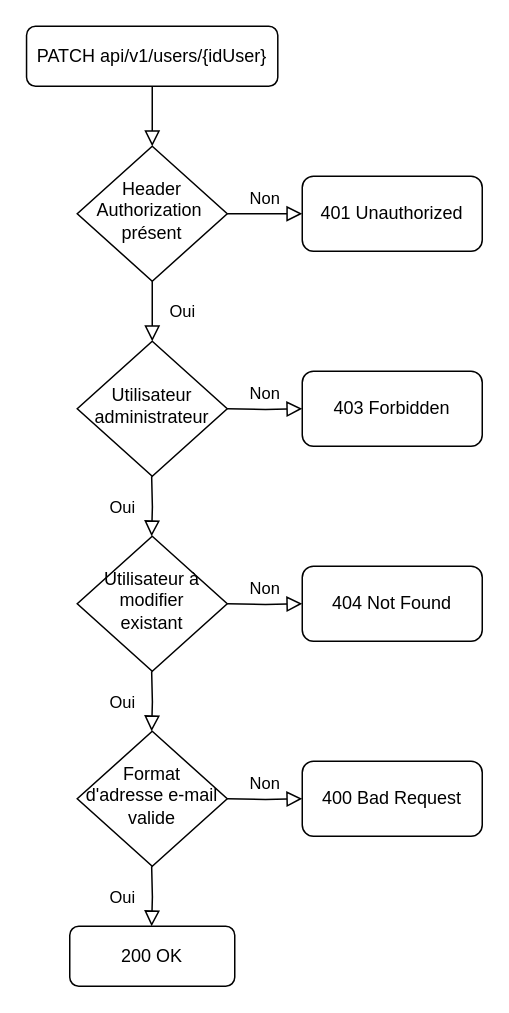
Earlier version of the draw.io diagram documentation/diagram/drawio/flowchartGetOneUser.drawio (jonathanboreljaquet/bj-travail-diplome-2021). Source tidied: cells renumbered, new cells numbered last; positions are measured from the earlier drawing's top-left corner, leaving out a move shared by most shapes. Both pictures are drawn from the tidied source at 150%, with x=0, y=0 at pixel (26, 26).
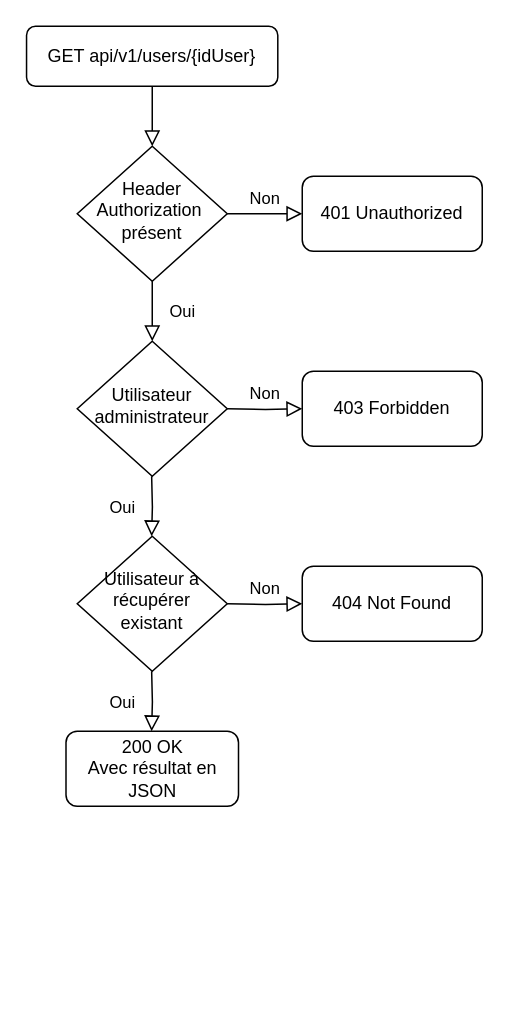
The same diagram, later.

The edit, as a diff of the source:
```diff
@@
-    <mxCell id="3" value="PATCH api/v1/users/{idUser}" style="rounded=1;whiteSpace=wrap;html=1;fontSize=12;glass=0;strokeWidth=1;shadow=0;" parent="1" vertex="1">
+    <mxCell id="3" value="GET api/v1/users/{idUser}" style="rounded=1;whiteSpace=wrap;html=1;fontSize=12;glass=0;strokeWidth=1;shadow=0;" parent="1" vertex="1">
       <mxGeometry x="0.2" width="167.5" height="40" as="geometry" />
     </mxCell>
@@
-    <mxCell id="10" value="200 OK" style="rounded=1;whiteSpace=wrap;html=1;fontSize=12;glass=0;strokeWidth=1;shadow=0;" parent="1" vertex="1">
-      <mxGeometry x="29" y="600" width="110" height="40" as="geometry" />
+    <mxCell id="10" value="200 OK&lt;br&gt;Avec résultat en JSON" style="rounded=1;whiteSpace=wrap;html=1;fontSize=12;glass=0;strokeWidth=1;shadow=0;" parent="1" vertex="1">
+      <mxGeometry x="26.5" y="470" width="115" height="50" as="geometry" />
     </mxCell>
@@
-    <mxCell id="13" value="Utilisateur à modifier &lt;br&gt;existant" style="rhombus;whiteSpace=wrap;html=1;shadow=0;fontFamily=Helvetica;fontSize=12;align=center;strokeWidth=1;spacing=6;spacingTop=-4;" parent="1" vertex="1">
+    <mxCell id="13" value="Utilisateur à récupérer&lt;br&gt;existant" style="rhombus;whiteSpace=wrap;html=1;shadow=0;fontFamily=Helvetica;fontSize=12;align=center;strokeWidth=1;spacing=6;spacingTop=-4;" parent="1" vertex="1">
       <mxGeometry x="34" y="340" width="100" height="90" as="geometry" />
     </mxCell>
-    <mxCell id="14" value="Oui" style="rounded=0;html=1;jettySize=auto;orthogonalLoop=1;fontSize=11;endArrow=block;endFill=0;endSize=8;strokeWidth=1;shadow=0;labelBackgroundColor=none;edgeStyle=orthogonalEdgeStyle;" parent="1" edge="1">
-      <mxGeometry y="20" relative="1" as="geometry">
-        <mxPoint x="83.6" y="430" as="sourcePoint" />
-        <mxPoint x="83.6" y="470" as="targetPoint" />
-      </mxGeometry>
-    </mxCell>
@@
-    <mxCell id="17" value="Format d'adresse e-mail valide" style="rhombus;whiteSpace=wrap;html=1;shadow=0;fontFamily=Helvetica;fontSize=12;align=center;strokeWidth=1;spacing=6;spacingTop=-4;" parent="1" vertex="1">
-      <mxGeometry x="34" y="470" width="100" height="90" as="geometry" />
-    </mxCell>
     <mxCell id="18" value="Oui" style="rounded=0;html=1;jettySize=auto;orthogonalLoop=1;fontSize=11;endArrow=block;endFill=0;endSize=8;strokeWidth=1;shadow=0;labelBackgroundColor=none;edgeStyle=orthogonalEdgeStyle;" parent="1" edge="1">
       <mxGeometry y="20" relative="1" as="geometry">
-        <mxPoint x="83.6" y="560" as="sourcePoint" />
-        <mxPoint x="83.6" y="600" as="targetPoint" />
+        <mxPoint x="83.6" y="430" as="sourcePoint" />
+        <mxPoint x="83.6" y="470" as="targetPoint" />
       </mxGeometry>
     </mxCell>
-    <mxCell id="19" value="Non" style="edgeStyle=orthogonalEdgeStyle;rounded=0;html=1;jettySize=auto;fontSize=11;endArrow=block;endFill=0;endSize=8;strokeWidth=1;shadow=0;labelBackgroundColor=none;" parent="1" edge="1" target="20">
-      <mxGeometry y="10" relative="1" as="geometry">
-        <mxPoint x="134" y="515" as="sourcePoint" />
-      </mxGeometry>
-    </mxCell>
-    <mxCell id="20" value="400 Bad Request" style="rounded=1;whiteSpace=wrap;html=1;fontSize=12;glass=0;strokeWidth=1;shadow=0;" parent="1" vertex="1">
-      <mxGeometry x="184" y="490" width="120" height="50" as="geometry" />
-    </mxCell>
```
